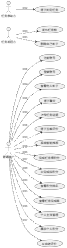
lizhijian-png/ruanjian_goncheng keeps this PlantUML diagram as 第5组-校园搭子平台项目-需求工程作业/PlantUML源文件/use_case.png. Above is the earlier version. Its source is kept beside it as 第5组-校园搭子平台项目-需求工程作业/PlantUML源文件/use_case.puml. Source of this version:
```plantuml
@startuml
left to right direction
actor "普通用户" as User
actor "任务发起方" as Initiator
actor "任务参与方" as Participant

User --> (注册账号) : R01
User --> (登录账号) : R02

Initiator --> (发布任务贴) : R03
User --> (查看他人帖子) : R04
Initiator --> (删除自己帖子) : R05

User --> (搭子聊天) : R10
User --> (上传任务证据) : R11
Participant --> (搭子判定任务) : R12
User --> (搭子互相评价) : R13
User --> (系统智能推荐) : R14

User --> (完成任务得积分) : R06
User --> (未完成扣积分) : R07
User --> (查看积分排名) : R08
User --> (查看任务完成率) : R09

User --> (个人主页管理) : R15
User --> (展示个人积分) : R16
User --> (AI自动评价) : R17
@enduml
```
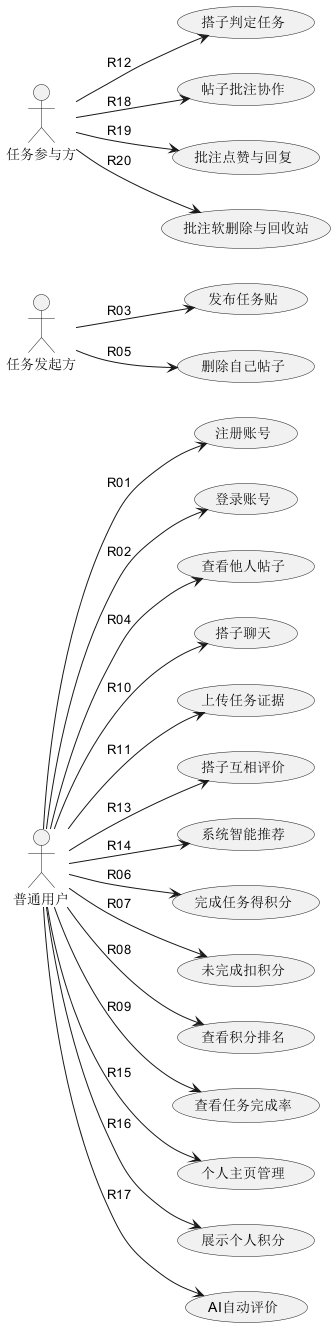
After the commit.

Commit message:
docs(需求): 新增批注协作需求R18-R20及批注用例图

Diff of the diagram source:
```diff
@@ -25,4 +25,8 @@
 User --> (个人主页管理) : R15
 User --> (展示个人积分) : R16
 User --> (AI自动评价) : R17
+
+Participant --> (帖子批注协作) : R18
+Participant --> (批注点赞与回复) : R19
+Participant --> (批注软删除与回收站) : R20
 @enduml
```
